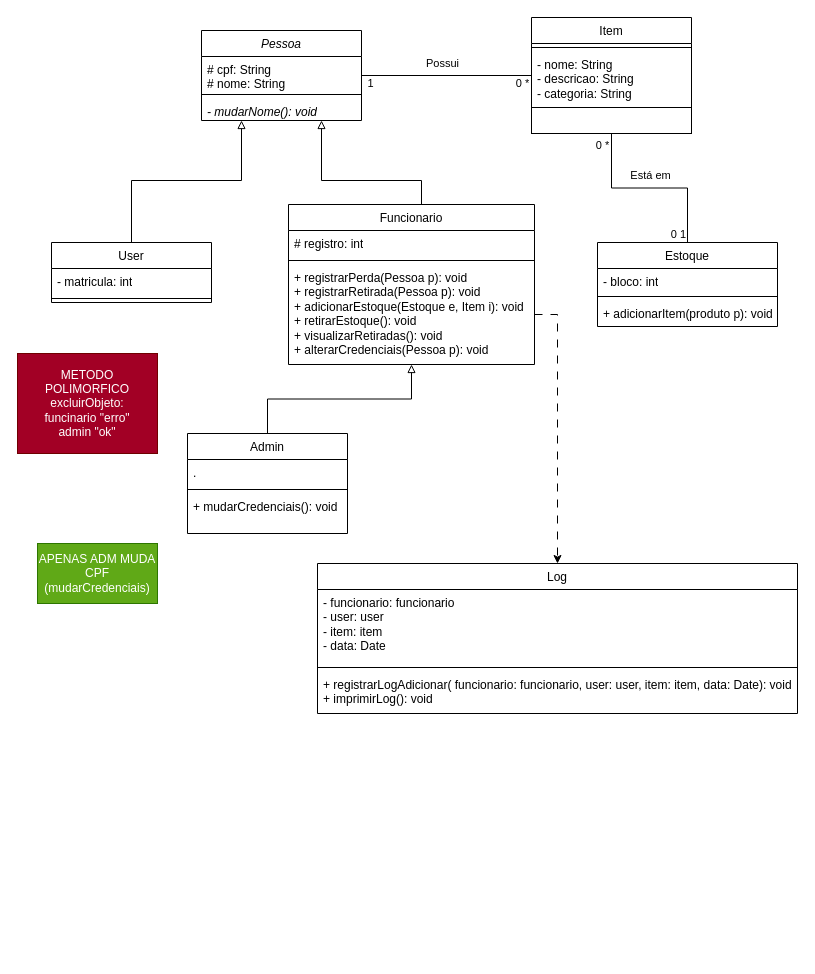
Before: Diagramas/diagrama-de-classes.drawio in JoshuaMeds/PooProject, a draw.io diagram. Source tidied: cells renumbered, new cells numbered last; positions are measured from the earlier drawing's top-left corner, leaving out a move shared by most shapes. Both pictures are drawn from the tidied source at 100%, with x=0, y=0 at pixel (17, 17).
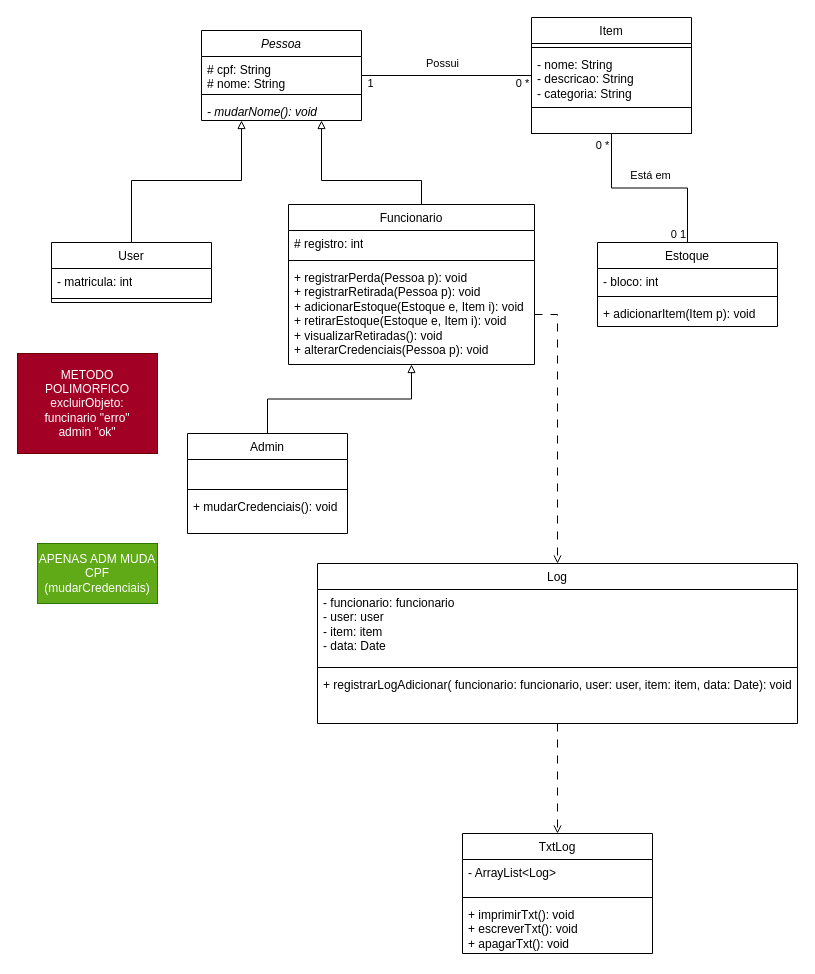
The same diagram, later.

Commit message (it also covers changes not shown here):
Implementacao classe Log e TxtLog; atualizacao diagrama de classes

Unchanged cells that the change refers to:
```xml
<mxCell id="15" value="&lt;span style=&quot;font-weight: 400; text-wrap: nowrap;&quot;&gt;Funcionario&lt;/span&gt;" style="swimlane;fontStyle=1;align=center;verticalAlign=top;horizontal=1;startSize=26;whiteSpace=wrap;html=1;" parent="1" vertex="1">
  <mxGeometry x="271" y="187" width="246" height="160" as="geometry" />
</mxCell>
<mxCell id="20" value="&lt;span style=&quot;font-weight: 400; text-wrap: nowrap;&quot;&gt;Admin&lt;/span&gt;" style="swimlane;fontStyle=1;align=center;verticalAlign=top;horizontal=1;startSize=26;whiteSpace=wrap;html=1;" parent="1" vertex="1">
  <mxGeometry x="170" y="416" width="160" height="100" as="geometry" />
</mxCell>
<mxCell id="32" value="&lt;span style=&quot;font-weight: 400; text-wrap: nowrap;&quot;&gt;Estoque&lt;/span&gt;" style="swimlane;fontStyle=1;align=center;verticalAlign=top;horizontal=1;startSize=26;whiteSpace=wrap;html=1;" parent="1" vertex="1">
  <mxGeometry x="580" y="225" width="180" height="84" as="geometry" />
</mxCell>
```

Change to the diagram source:
```diff
@@
-    <mxCell id="18" value="+ registrarPerda(Pessoa p): void&lt;div&gt;+ registrarRetirada(Pessoa p): void&lt;div&gt;+ adicionarEstoque(Estoque e, Item i): void&lt;/div&gt;&lt;/div&gt;&lt;div&gt;+ retirarEstoque(): void&lt;br&gt;+ visualizarRetiradas(): void&lt;br&gt;&lt;div&gt;+ alterarCredenciais(Pessoa p): void&lt;/div&gt;&lt;/div&gt;" style="text;strokeColor=none;fillColor=none;align=left;verticalAlign=top;spacingLeft=4;spacingRight=4;overflow=hidden;points=[[0,0.5],[1,0.5]];portConstraint=eastwest;whiteSpace=wrap;html=1;" parent="15" vertex="1">
+    <mxCell id="18" value="+ registrarPerda(Pessoa p): void&lt;div&gt;+ registrarRetirada(Pessoa p): void&lt;div&gt;+ adicionarEstoque(Estoque e, Item i): void&lt;/div&gt;&lt;/div&gt;&lt;div&gt;+ retirarEstoque(&lt;span style=&quot;background-color: initial;&quot;&gt;Estoque e, Item i&lt;/span&gt;&lt;span style=&quot;background-color: initial;&quot;&gt;): void&lt;/span&gt;&lt;/div&gt;&lt;div&gt;+ visualizarRetiradas(): void&lt;br&gt;&lt;div&gt;+ alterarCredenciais(Pessoa p): void&lt;/div&gt;&lt;/div&gt;" style="text;strokeColor=none;fillColor=none;align=left;verticalAlign=top;spacingLeft=4;spacingRight=4;overflow=hidden;points=[[0,0.5],[1,0.5]];portConstraint=eastwest;whiteSpace=wrap;html=1;" parent="15" vertex="1">
       <mxGeometry y="60" width="246" height="100" as="geometry" />
     </mxCell>
@@
-    <mxCell id="21" value="." style="text;strokeColor=none;fillColor=none;align=left;verticalAlign=top;spacingLeft=4;spacingRight=4;overflow=hidden;whiteSpace=wrap;html=1;" parent="20" vertex="1">
+    <mxCell id="21" value="&lt;blockquote style=&quot;margin: 0 0 0 40px; border: none; padding: 0px;&quot;&gt;&lt;br&gt;&lt;/blockquote&gt;" style="text;strokeColor=none;fillColor=none;align=left;verticalAlign=top;spacingLeft=4;spacingRight=4;overflow=hidden;whiteSpace=wrap;html=1;" parent="20" vertex="1">
       <mxGeometry y="26" width="160" height="26" as="geometry" />
     </mxCell>
@@
-    <mxCell id="35" value="+ adicionarItem(produto p): void" style="text;strokeColor=none;fillColor=none;align=left;verticalAlign=top;spacingLeft=4;spacingRight=4;overflow=hidden;whiteSpace=wrap;html=1;" parent="32" vertex="1">
+    <mxCell id="35" value="+ adicionarItem(Item p): void" style="text;strokeColor=none;fillColor=none;align=left;verticalAlign=top;spacingLeft=4;spacingRight=4;overflow=hidden;whiteSpace=wrap;html=1;" parent="32" vertex="1">
       <mxGeometry y="58" width="180" height="26" as="geometry" />
     </mxCell>
+    <mxCell id="43" style="edgeStyle=orthogonalEdgeStyle;rounded=0;jettySize=auto;html=1;dashed=1;endArrow=open;endFill=0;dashPattern=8 8;" parent="1" edge="1" source="36" target="44">
+      <mxGeometry relative="1" as="geometry" />
+    </mxCell>
     <mxCell id="36" value="&lt;span style=&quot;font-weight: 400; text-wrap: nowrap;&quot;&gt;Log&lt;/span&gt;" style="swimlane;fontStyle=1;align=center;verticalAlign=top;horizontal=1;startSize=26;whiteSpace=wrap;html=1;" parent="1" vertex="1">
-      <mxGeometry x="300" y="546" width="480" height="150" as="geometry" />
+      <mxGeometry x="300" y="546" width="480" height="160" as="geometry" />
     </mxCell>
@@
-    <mxCell id="39" value="+ registrarLogAdicionar( funcionario: funcionario,&amp;nbsp;&lt;span style=&quot;background-color: initial;&quot;&gt;user: user,&amp;nbsp;&lt;/span&gt;&lt;span style=&quot;background-color: initial;&quot;&gt;item: item,&amp;nbsp;&lt;/span&gt;&lt;span style=&quot;background-color: initial;&quot;&gt;data: Date): void&lt;br&gt;+ imprimirLog(): void&lt;br&gt;&lt;/span&gt;&lt;div&gt;&lt;span style=&quot;color: rgba(0, 0, 0, 0); font-family: monospace; font-size: 0px; text-wrap: nowrap;&quot;&gt;%3CmxGraphModel%3E%3Croot%3E%3CmxCell%20id%3D%220%22%2F%3E%3CmxCell%20id%3D%221%22%20parent%3D%220%22%2F%3E%3CmxCell%20id%3D%222%22%20value%3D%22%26lt%3Bspan%20style%3D%26quot%3Bfont-weight%3A%20400%3B%20text-wrap%3A%20nowrap%3B%26quot%3B%26gt%3BUser%26lt%3B%2Fspan%26gt%3B%22%20style%3D%22swimlane%3BfontStyle%3D1%3Balign%3Dcenter%3BverticalAlign%3Dtop%3BchildLayout%3DstackLayout%3Bhorizontal%3D1%3BstartSize%3D26%3BhorizontalStack%3D0%3BresizeParent%3D1%3BresizeParentMax%3D0%3BresizeLast%3D0%3Bcollapsible%3D1%3BmarginBottom%3D0%3BwhiteSpace%3Dwrap%3Bhtml%3D1%3B%22%20vertex%3D%221%22%20parent%3D%221%22%3E%3CmxGeometry%20x%3D%2254%22%20y%3D%22329%22%20width%3D%22160%22%20height%3D%2286%22%20as%3D%22geometry%22%2F%3E%3C%2FmxCell%3E%3CmxCell%20id%3D%223%22%20value%3D%22-%20matricula%3A%20int%22%20style%3D%22text%3BstrokeColor%3Dnone%3BfillColor%3Dnone%3Balign%3Dleft%3BverticalAlign%3Dtop%3BspacingLeft%3D4%3BspacingRight%3D4%3Boverflow%3Dhidden%3Brotatable%3D0%3Bpoints%3D%5B%5B0%2C0.5%5D%2C%5B1%2C0.5%5D%5D%3BportConstraint%3Deastwest%3BwhiteSpace%3Dwrap%3Bhtml%3D1%3B%22%20vertex%3D%221%22%20parent%3D%222%22%3E%3CmxGeometry%20y%3D%2226%22%20width%3D%22160%22%20height%3D%2226%22%20as%3D%22geometry%22%2F%3E%3C%2FmxCell%3E%3CmxCell%20id%3D%224%22%20value%3D%22%22%20style%3D%22line%3BstrokeWidth%3D1%3BfillColor%3Dnone%3Balign%3Dleft%3BverticalAlign%3Dmiddle%3BspacingTop%3D-1%3BspacingLeft%3D3%3BspacingRight%3D3%3Brotatable%3D0%3BlabelPosition%3Dright%3Bpoints%3D%5B%5D%3BportConstraint%3Deastwest%3BstrokeColor%3Dinherit%3B%22%20vertex%3D%221%22%20parent%3D%222%22%3E%3CmxGeometry%20y%3D%2252%22%20width%3D%22160%22%20height%3D%228%22%20as%3D%22geometry%22%2F%3E%3C%2FmxCell%3E%3CmxCell%20id%3D%225%22%20value%3D%22%2B%20method(type)%3A%20type%22%20style%3D%22text%3BstrokeColor%3Dnone%3BfillColor%3Dnone%3Balign%3Dleft%3BverticalAlign%3Dtop%3BspacingLeft%3D4%3BspacingRight%3D4%3Boverflow%3Dhidden%3Brotatable%3D0%3Bpoints%3D%5B%5B0%2C0.5%5D%2C%5B1%2C0.5%5D%5D%3BportConstraint%3Deastwest%3BwhiteSpace%3Dwrap%3Bhtml%3D1%3B%22%20vertex%3D%221%22%20parent%3D%222%22%3E%3CmxGeometry%20y%3D%2260%22%20width%3D%22160%22%20height%3D%2226%22%20as%3D%22geometry%22%2F%3E%3C%2FmxCell%3E%3C%2Froot%3E%3C%2FmxGraphModel%3E&lt;br&gt;&lt;br&gt;&lt;/span&gt;&lt;div&gt;&lt;span style=&quot;color: rgba(0, 0, 0, 0); font-family: monospace; font-size: 0px; text-wrap: nowrap;&quot;&gt;ipybrbfiebger&lt;/span&gt;&lt;/div&gt;&lt;/div&gt;" style="text;strokeColor=none;fillColor=none;align=left;verticalAlign=top;spacingLeft=4;spacingRight=4;overflow=hidden;whiteSpace=wrap;html=1;" parent="36" vertex="1">
-      <mxGeometry y="108" width="480" height="42" as="geometry" />
+    <mxCell id="39" value="+ registrarLogAdicionar( funcionario: funcionario,&amp;nbsp;&lt;span style=&quot;background-color: initial;&quot;&gt;user: user,&amp;nbsp;&lt;/span&gt;&lt;span style=&quot;background-color: initial;&quot;&gt;item: item,&amp;nbsp;&lt;/span&gt;&lt;span style=&quot;background-color: initial;&quot;&gt;data: Date): void&lt;br&gt;&lt;/span&gt;&lt;div&gt;&lt;span style=&quot;background-color: initial;&quot;&gt;&lt;br&gt;&lt;/span&gt;&lt;div&gt;&lt;span style=&quot;color: rgba(0, 0, 0, 0); font-family: monospace; font-size: 0px; text-wrap: nowrap;&quot;&gt;%3CmxGraphModel%3E%3Croot%3E%3CmxCell%20id%3D%220%22%2F%3E%3CmxCell%20id%3D%221%22%20parent%3D%220%22%2F%3E%3CmxCell%20id%3D%222%22%20value%3D%22%26lt%3Bspan%20style%3D%26quot%3Bfont-weight%3A%20400%3B%20text-wrap%3A%20nowrap%3B%26quot%3B%26gt%3BUser%26lt%3B%2Fspan%26gt%3B%22%20style%3D%22swimlane%3BfontStyle%3D1%3Balign%3Dcenter%3BverticalAlign%3Dtop%3BchildLayout%3DstackLayout%3Bhorizontal%3D1%3BstartSize%3D26%3BhorizontalStack%3D0%3BresizeParent%3D1%3BresizeParentMax%3D0%3BresizeLast%3D0%3Bcollapsible%3D1%3BmarginBottom%3D0%3BwhiteSpace%3Dwrap%3Bhtml%3D1%3B%22%20vertex%3D%221%22%20parent%3D%221%22%3E%3CmxGeometry%20x%3D%2254%22%20y%3D%22329%22%20width%3D%22160%22%20height%3D%2286%22%20as%3D%22geometry%22%2F%3E%3C%2FmxCell%3E%3CmxCell%20id%3D%223%22%20value%3D%22-%20matricula%3A%20int%22%20style%3D%22text%3BstrokeColor%3Dnone%3BfillColor%3Dnone%3Balign%3Dleft%3BverticalAlign%3Dtop%3BspacingLeft%3D4%3BspacingRight%3D4%3Boverflow%3Dhidden%3Brotatable%3D0%3Bpoints%3D%5B%5B0%2C0.5%5D%2C%5B1%2C0.5%5D%5D%3BportConstraint%3Deastwest%3BwhiteSpace%3Dwrap%3Bhtml%3D1%3B%22%20vertex%3D%221%22%20parent%3D%222%22%3E%3CmxGeometry%20y%3D%2226%22%20width%3D%22160%22%20height%3D%2226%22%20as%3D%22geometry%22%2F%3E%3C%2FmxCell%3E%3CmxCell%20id%3D%224%22%20value%3D%22%22%20style%3D%22line%3BstrokeWidth%3D1%3BfillColor%3Dnone%3Balign%3Dleft%3BverticalAlign%3Dmiddle%3BspacingTop%3D-1%3BspacingLeft%3D3%3BspacingRight%3D3%3Brotatable%3D0%3BlabelPosition%3Dright%3Bpoints%3D%5B%5D%3BportConstraint%3Deastwest%3BstrokeColor%3Dinherit%3B%22%20vertex%3D%221%22%20parent%3D%222%22%3E%3CmxGeometry%20y%3D%2252%22%20width%3D%22160%22%20height%3D%228%22%20as%3D%22geometry%22%2F%3E%3C%2FmxCell%3E%3CmxCell%20id%3D%225%22%20value%3D%22%2B%20method(type)%3A%20type%22%20style%3D%22text%3BstrokeColor%3Dnone%3BfillColor%3Dnone%3Balign%3Dleft%3BverticalAlign%3Dtop%3BspacingLeft%3D4%3BspacingRight%3D4%3Boverflow%3Dhidden%3Brotatable%3D0%3Bpoints%3D%5B%5B0%2C0.5%5D%2C%5B1%2C0.5%5D%5D%3BportConstraint%3Deastwest%3BwhiteSpace%3Dwrap%3Bhtml%3D1%3B%22%20vertex%3D%221%22%20parent%3D%222%22%3E%3CmxGeometry%20y%3D%2260%22%20width%3D%22160%22%20height%3D%2226%22%20as%3D%22geometry%22%2F%3E%3C%2FmxCell%3E%3C%2Froot%3E%3C%2FmxGraphModel%3E&lt;br&gt;&lt;br&gt;&lt;/span&gt;&lt;div&gt;&lt;span style=&quot;color: rgba(0, 0, 0, 0); font-family: monospace; font-size: 0px; text-wrap: nowrap;&quot;&gt;ipybrbfiebger&lt;/span&gt;&lt;/div&gt;&lt;/div&gt;&lt;/div&gt;" style="text;strokeColor=none;fillColor=none;align=left;verticalAlign=top;spacingLeft=4;spacingRight=4;overflow=hidden;whiteSpace=wrap;html=1;" parent="36" vertex="1">
+      <mxGeometry y="108" width="480" height="52" as="geometry" />
     </mxCell>
-    <mxCell id="40" style="edgeStyle=orthogonalEdgeStyle;rounded=0;jettySize=auto;html=1;dashed=1;dashPattern=8 8;" parent="1" edge="1" source="18" target="36">
+    <mxCell id="40" style="edgeStyle=orthogonalEdgeStyle;rounded=0;jettySize=auto;html=1;dashed=1;dashPattern=8 8;endArrow=open;endFill=0;" parent="1" edge="1" source="18" target="36">
       <mxGeometry relative="1" as="geometry" />
     </mxCell>
@@
+    <mxCell id="44" value="&lt;span style=&quot;font-weight: 400; text-wrap: nowrap;&quot;&gt;TxtLog&lt;/span&gt;" style="swimlane;fontStyle=1;align=center;verticalAlign=top;horizontal=1;startSize=26;whiteSpace=wrap;html=1;" parent="1" vertex="1">
+      <mxGeometry x="445" y="816" width="190" height="120" as="geometry" />
+    </mxCell>
+    <mxCell id="45" value="- ArrayList&amp;lt;Log&amp;gt;&lt;div&gt;&lt;br/&gt;&lt;/div&gt;" style="text;strokeColor=none;fillColor=none;align=left;verticalAlign=top;spacingLeft=4;spacingRight=4;overflow=hidden;whiteSpace=wrap;html=1;" parent="44" vertex="1">
+      <mxGeometry y="26" width="190" height="34" as="geometry" />
+    </mxCell>
+    <mxCell id="46" style="line;strokeWidth=1;fillColor=none;align=left;verticalAlign=middle;spacingTop=-1;spacingLeft=3;spacingRight=3;labelPosition=right;strokeColor=inherit;" parent="44" vertex="1">
+      <mxGeometry y="60" width="190" height="8" as="geometry" />
+    </mxCell>
+    <mxCell id="47" value="&lt;span style=&quot;background-color: initial;&quot;&gt;+ imprimirTxt(): void&lt;/span&gt;&lt;div&gt;&lt;span style=&quot;background-color: initial;&quot;&gt;+ escreverTxt(): void&lt;br&gt;+ apagarTxt(): void&lt;/span&gt;&lt;/div&gt;" style="text;strokeColor=none;fillColor=none;align=left;verticalAlign=top;spacingLeft=4;spacingRight=4;overflow=hidden;whiteSpace=wrap;html=1;" parent="44" vertex="1">
+      <mxGeometry y="68" width="190" height="52" as="geometry" />
+    </mxCell>
```
